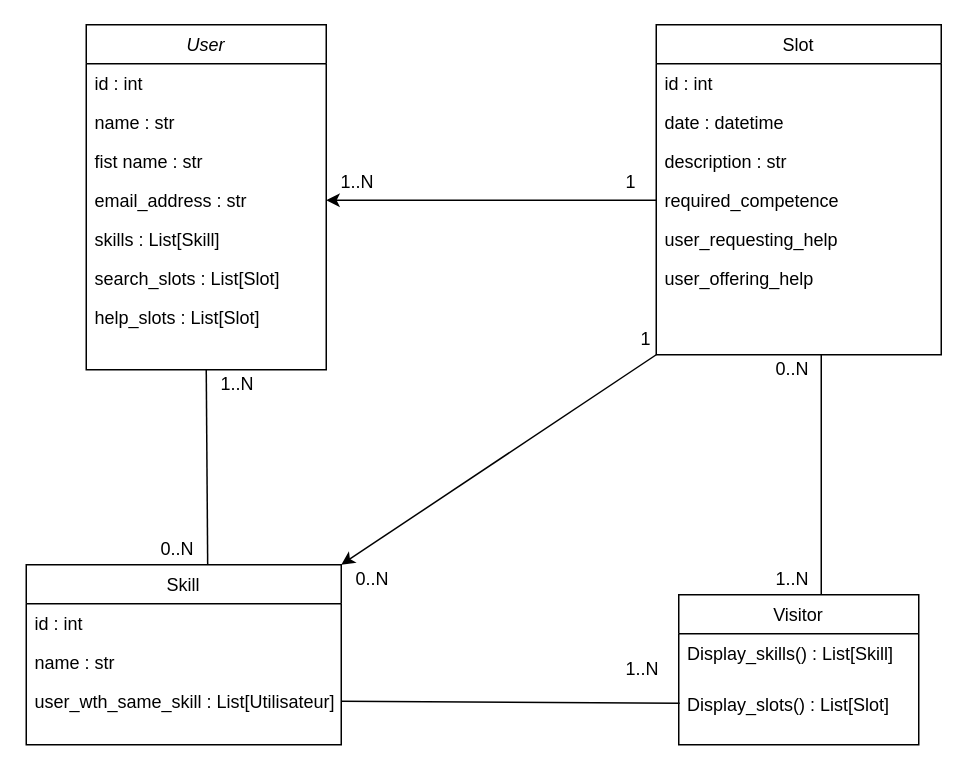
Above: Doc/Diagramme sans nom.drawio in johandeschamps/Exchanges_of_skills_v1 (draw.io), before the change. Source tidied: cells renumbered, new cells numbered last; positions are measured from the earlier drawing's top-left corner, leaving out a move shared by most shapes. Both pictures are drawn from the tidied source at 150%, with x=0, y=0 at pixel (26, 24).
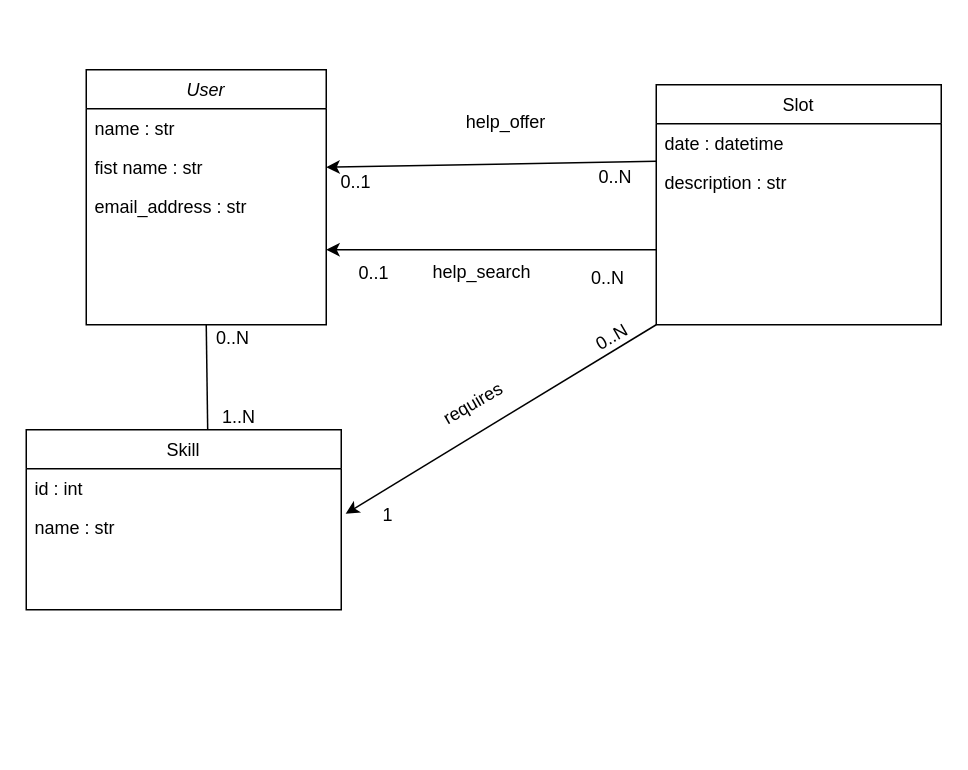
The same diagram, later.

Unchanged cells that the change refers to:
```xml
<mxCell id="11" value="id : int" style="text;align=left;verticalAlign=top;spacingLeft=4;spacingRight=4;overflow=hidden;points=[[0,0.5],[1,0.5]];portConstraint=eastwest;" parent="10" vertex="1">
  <mxGeometry y="26" width="210" height="26" as="geometry" />
</mxCell>
```

The edit, as a diff of the source:
```diff
@@
     <mxCell id="2" value="User" style="swimlane;fontStyle=2;align=center;verticalAlign=top;horizontal=1;startSize=26;rounded=0;shadow=0;strokeWidth=1;" parent="1" vertex="1">
-      <mxGeometry x="40" width="160" height="230" as="geometry" />
+      <mxGeometry x="40" y="30" width="160" height="170" as="geometry" />
     </mxCell>
-    <mxCell id="3" value="id : int" style="text;align=left;verticalAlign=top;spacingLeft=4;spacingRight=4;overflow=hidden;" parent="2" vertex="1">
-      <mxGeometry y="26" width="160" height="26" as="geometry" />
-    </mxCell>
     <mxCell id="4" value="name : str" style="text;align=left;verticalAlign=top;spacingLeft=4;spacingRight=4;overflow=hidden;rounded=0;shadow=0;html=0;" parent="2" vertex="1">
-      <mxGeometry y="52" width="160" height="26" as="geometry" />
+      <mxGeometry y="26" width="160" height="26" as="geometry" />
     </mxCell>
     <mxCell id="5" value="fist name : str" style="text;align=left;verticalAlign=top;spacingLeft=4;spacingRight=4;overflow=hidden;points=[[0,0.5],[1,0.5]];portConstraint=eastwest;rounded=0;shadow=0;html=0;" parent="2" vertex="1">
-      <mxGeometry y="78" width="160" height="26" as="geometry" />
+      <mxGeometry y="52" width="160" height="26" as="geometry" />
     </mxCell>
     <mxCell id="6" value="email_address : str" style="text;align=left;verticalAlign=top;spacingLeft=4;spacingRight=4;overflow=hidden;points=[[0,0.5],[1,0.5]];portConstraint=eastwest;rounded=0;shadow=0;html=0;" parent="2" vertex="1">
-      <mxGeometry y="104" width="160" height="26" as="geometry" />
+      <mxGeometry y="78" width="160" height="26" as="geometry" />
     </mxCell>
-    <mxCell id="7" value="skills : List[Skill]" style="text;align=left;verticalAlign=top;spacingLeft=4;spacingRight=4;overflow=hidden;rounded=0;shadow=0;html=0;" parent="2" vertex="1">
-      <mxGeometry y="130" width="160" height="26" as="geometry" />
-    </mxCell>
-    <mxCell id="8" value="search_slots : List[Slot]" style="text;align=left;verticalAlign=top;spacingLeft=4;spacingRight=4;overflow=hidden;rounded=0;shadow=0;html=0;" parent="2" vertex="1">
-      <mxGeometry y="156" width="160" height="26" as="geometry" />
-    </mxCell>
-    <mxCell id="9" value="help_slots : List[Slot]" style="text;align=left;verticalAlign=top;spacingLeft=4;spacingRight=4;overflow=hidden;rounded=0;shadow=0;html=0;" parent="2" vertex="1">
-      <mxGeometry y="182" width="160" height="26" as="geometry" />
-    </mxCell>
     <mxCell id="10" value="Skill" style="swimlane;fontStyle=0;align=center;verticalAlign=top;horizontal=1;startSize=26;rounded=0;shadow=0;strokeWidth=1;" parent="1" vertex="1">
-      <mxGeometry y="360" width="210" height="120" as="geometry" />
+      <mxGeometry y="270" width="210" height="120" as="geometry" />
     </mxCell>
@@
-    <mxCell id="13" value="user_wth_same_skill : List[Utilisateur]" style="text;align=left;verticalAlign=top;spacingLeft=4;spacingRight=4;overflow=hidden;points=[[0,0.5],[1,0.5]];portConstraint=eastwest;rounded=0;shadow=0;html=0;" parent="10" vertex="1">
-      <mxGeometry y="78" width="210" height="26" as="geometry" />
-    </mxCell>
-    <mxCell id="14" value="Visitor" style="swimlane;fontStyle=0;align=center;verticalAlign=top;horizontal=1;startSize=26;rounded=0;shadow=0;strokeWidth=1;" parent="1" vertex="1">
-      <mxGeometry x="435" y="380" width="160" height="100" as="geometry" />
-    </mxCell>
-    <mxCell id="15" value="Display_skills() : List[Skill]" style="text;align=left;verticalAlign=top;spacingLeft=4;spacingRight=4;overflow=hidden;" parent="14" vertex="1">
-      <mxGeometry y="26" width="160" height="34" as="geometry" />
-    </mxCell>
-    <mxCell id="16" value="Display_slots() : List[Slot]" style="text;align=left;verticalAlign=top;spacingLeft=4;spacingRight=4;overflow=hidden;points=[[0,0.5],[1,0.5]];portConstraint=eastwest;" parent="14" vertex="1">
-      <mxGeometry y="60" width="160" height="34" as="geometry" />
-    </mxCell>
     <mxCell id="17" value="Slot" style="swimlane;fontStyle=0;align=center;verticalAlign=top;horizontal=1;startSize=26;rounded=0;shadow=0;strokeWidth=1;" parent="1" vertex="1">
-      <mxGeometry x="420" width="190" height="220" as="geometry" />
+      <mxGeometry x="420" y="40" width="190" height="160" as="geometry" />
     </mxCell>
-    <mxCell id="18" value="id : int" style="text;align=left;verticalAlign=top;spacingLeft=4;spacingRight=4;overflow=hidden;" parent="17" vertex="1">
-      <mxGeometry y="26" width="190" height="26" as="geometry" />
-    </mxCell>
     <mxCell id="19" value="date : datetime" style="text;align=left;verticalAlign=top;spacingLeft=4;spacingRight=4;overflow=hidden;rounded=0;shadow=0;html=0;" parent="17" vertex="1">
-      <mxGeometry y="52" width="190" height="26" as="geometry" />
+      <mxGeometry y="26" width="190" height="26" as="geometry" />
     </mxCell>
     <mxCell id="20" value="description : str" style="text;align=left;verticalAlign=top;spacingLeft=4;spacingRight=4;overflow=hidden;rounded=0;shadow=0;html=0;" parent="17" vertex="1">
-      <mxGeometry y="78" width="190" height="26" as="geometry" />
+      <mxGeometry y="52" width="190" height="26" as="geometry" />
     </mxCell>
-    <mxCell id="21" value="required_competence" style="text;align=left;verticalAlign=top;spacingLeft=4;spacingRight=4;overflow=hidden;points=[[0,0.5],[1,0.5]];portConstraint=eastwest;rounded=0;shadow=0;html=0;" parent="17" vertex="1">
-      <mxGeometry y="104" width="190" height="26" as="geometry" />
-    </mxCell>
-    <mxCell id="22" value="user_requesting_help" style="text;align=left;verticalAlign=top;spacingLeft=4;spacingRight=4;overflow=hidden;rounded=0;shadow=0;html=0;" parent="17" vertex="1">
-      <mxGeometry y="130" width="190" height="26" as="geometry" />
-    </mxCell>
-    <mxCell id="23" value="user_offering_help" style="text;align=left;verticalAlign=top;spacingLeft=4;spacingRight=4;overflow=hidden;rounded=0;shadow=0;html=0;" parent="17" vertex="1">
-      <mxGeometry y="156" width="190" height="26" as="geometry" />
-    </mxCell>
-    <mxCell id="24" value="1..N" style="align=left;verticalAlign=bottom;labelBackgroundColor=none;fontSize=12;" parent="1" vertex="1">
+    <mxCell id="24" value="0..N" style="align=left;verticalAlign=bottom;labelBackgroundColor=none;fontSize=12;" parent="1" vertex="1">
       <mxGeometry x="120" y="250" as="geometry">
-        <mxPoint x="8" y="-2" as="offset" />
+        <mxPoint x="5" y="-33" as="offset" />
       </mxGeometry>
     </mxCell>
-    <mxCell id="25" style="endArrow=classic;html=1;rounded=0;entryX=1;entryY=0;entryDx=0;entryDy=0;exitX=0;exitY=1;exitDx=0;exitDy=0;" parent="1" edge="1" source="17" target="10">
+    <mxCell id="25" style="endArrow=classic;html=1;rounded=0;entryX=1.014;entryY=1.154;entryDx=0;entryDy=0;exitX=0;exitY=1;exitDx=0;exitDy=0;entryPerimeter=0;" parent="1" edge="1" source="17" target="11">
       <mxGeometry relative="1" as="geometry" />
     </mxCell>
-    <mxCell id="26" value="0..N" style="align=left;verticalAlign=bottom;labelBackgroundColor=none;fontSize=12;direction=west;" parent="1" vertex="1">
+    <mxCell id="26" value="1..N" style="align=left;verticalAlign=bottom;labelBackgroundColor=none;fontSize=12;direction=west;" parent="1" vertex="1">
       <mxGeometry x="80" y="360" as="geometry">
-        <mxPoint x="8" y="-2" as="offset" />
+        <mxPoint x="49" y="-90" as="offset" />
       </mxGeometry>
     </mxCell>
-    <mxCell id="27" value="0..N" style="align=left;verticalAlign=bottom;labelBackgroundColor=none;fontSize=12;direction=west;" parent="1" vertex="1">
+    <mxCell id="27" value="1" style="align=left;verticalAlign=bottom;labelBackgroundColor=none;fontSize=12;direction=west;" parent="1" vertex="1">
       <mxGeometry x="210" y="380" as="geometry">
-        <mxPoint x="8" y="-2" as="offset" />
+        <mxPoint x="26" y="-45" as="offset" />
       </mxGeometry>
     </mxCell>
-    <mxCell id="28" value="1..N" style="align=left;verticalAlign=bottom;labelBackgroundColor=none;fontSize=12;" parent="1" vertex="1">
-      <mxGeometry x="390" y="440" as="geometry">
-        <mxPoint x="8" y="-2" as="offset" />
-      </mxGeometry>
-    </mxCell>
-    <mxCell id="29" value="1..N" style="align=left;verticalAlign=bottom;labelBackgroundColor=none;fontSize=12;" parent="1" vertex="1">
-      <mxGeometry x="490" y="380" as="geometry">
-        <mxPoint x="8" y="-2" as="offset" />
-      </mxGeometry>
-    </mxCell>
-    <mxCell id="30" value="0..N" style="align=left;verticalAlign=bottom;labelBackgroundColor=none;fontSize=12;direction=west;" parent="1" vertex="1">
-      <mxGeometry x="490" y="240" as="geometry">
-        <mxPoint x="8" y="-2" as="offset" />
-      </mxGeometry>
-    </mxCell>
@@
-    <mxCell id="32" style="endArrow=classic;html=1;rounded=0;exitX=0;exitY=0.5;exitDx=0;exitDy=0;entryX=1;entryY=0.5;entryDx=0;entryDy=0;" parent="1" edge="1" source="21" target="6">
-      <mxGeometry relative="1" as="geometry" />
+    <mxCell id="32" style="endArrow=classic;html=1;rounded=0;exitX=0;exitY=0.5;exitDx=0;exitDy=0;entryX=1;entryY=0.5;entryDx=0;entryDy=0;" parent="1" edge="1" target="5">
+      <mxGeometry relative="1" as="geometry">
+        <mxPoint x="420" y="91" as="sourcePoint" />
+      </mxGeometry>
     </mxCell>
-    <mxCell id="33" value="1..N" style="align=left;verticalAlign=bottom;labelBackgroundColor=none;fontSize=12;" parent="1" vertex="1">
+    <mxCell id="33" value="0..1" style="align=left;verticalAlign=bottom;labelBackgroundColor=none;fontSize=12;" parent="1" vertex="1">
       <mxGeometry x="200" y="115" as="geometry">
         <mxPoint x="8" y="-2" as="offset" />
       </mxGeometry>
     </mxCell>
-    <mxCell id="34" value="1" style="align=left;verticalAlign=bottom;labelBackgroundColor=none;fontSize=12;" parent="1" vertex="1">
+    <mxCell id="34" value="0..N" style="align=left;verticalAlign=bottom;labelBackgroundColor=none;fontSize=12;" parent="1" vertex="1">
       <mxGeometry x="390" y="115" as="geometry">
-        <mxPoint x="8" y="-2" as="offset" />
+        <mxPoint x="-10" y="-5" as="offset" />
       </mxGeometry>
     </mxCell>
-    <mxCell id="35" style="endArrow=none;html=1;rounded=0;" parent="1" edge="1">
-      <mxGeometry relative="1" as="geometry">
-        <mxPoint x="530" y="380" as="sourcePoint" />
-        <mxPoint x="530" y="220" as="targetPoint" />
-      </mxGeometry>
-    </mxCell>
-    <mxCell id="36" style="endArrow=none;html=1;rounded=0;entryX=0.004;entryY=0.363;entryDx=0;entryDy=0;entryPerimeter=0;exitX=1;exitY=0.5;exitDx=0;exitDy=0;" parent="1" edge="1" source="13" target="16">
-      <mxGeometry relative="1" as="geometry" />
-    </mxCell>
-    <mxCell id="37" value="1" style="align=left;verticalAlign=bottom;labelBackgroundColor=none;fontSize=12;" parent="1" vertex="1">
-      <mxGeometry x="400" y="220" as="geometry">
-        <mxPoint x="8" y="-2" as="offset" />
+    <mxCell id="37" value="0..N" style="align=left;verticalAlign=bottom;labelBackgroundColor=none;fontSize=12;rotation=-30;" parent="1" vertex="1">
+      <mxGeometry x="400" y="210" as="geometry">
+        <mxPoint x="-20" y="2" as="offset" />
       </mxGeometry>
     </mxCell>
+    <mxCell id="38" style="endArrow=classic;html=1;rounded=0;exitX=0;exitY=0.5;exitDx=0;exitDy=0;entryX=1;entryY=0.5;entryDx=0;entryDy=0;" parent="1" edge="1">
+      <mxGeometry relative="1" as="geometry">
+        <mxPoint x="420" y="150" as="sourcePoint" />
+        <mxPoint x="200" y="150" as="targetPoint" />
+      </mxGeometry>
+    </mxCell>
+    <mxCell id="39" value="0..1" style="align=left;verticalAlign=bottom;labelBackgroundColor=none;fontSize=12;" parent="1" vertex="1">
+      <mxGeometry x="200" y="125" as="geometry">
+        <mxPoint x="20" y="49" as="offset" />
+      </mxGeometry>
+    </mxCell>
+    <mxCell id="30" value="0..N" style="align=left;verticalAlign=bottom;labelBackgroundColor=none;fontSize=12;" parent="1" vertex="1">
+      <mxGeometry x="400" y="125" as="geometry">
+        <mxPoint x="-25" y="52" as="offset" />
+      </mxGeometry>
+    </mxCell>
+    <mxCell id="40" value="help_offer" style="text;html=1;strokeColor=none;fillColor=none;align=center;verticalAlign=middle;whiteSpace=wrap;rounded=0;" parent="1" vertex="1">
+      <mxGeometry x="290" y="50" width="60" height="30" as="geometry" />
+    </mxCell>
+    <mxCell id="41" value="help_search" style="text;html=1;strokeColor=none;fillColor=none;align=center;verticalAlign=middle;whiteSpace=wrap;rounded=0;" parent="1" vertex="1">
+      <mxGeometry x="274" y="150" width="60" height="30" as="geometry" />
+    </mxCell>
+    <mxCell id="42" value="requires" style="text;html=1;strokeColor=none;fillColor=none;align=center;verticalAlign=middle;whiteSpace=wrap;rounded=0;rotation=-30;" parent="1" vertex="1">
+      <mxGeometry x="270" y="235" width="56" height="35" as="geometry" />
+    </mxCell>
```
